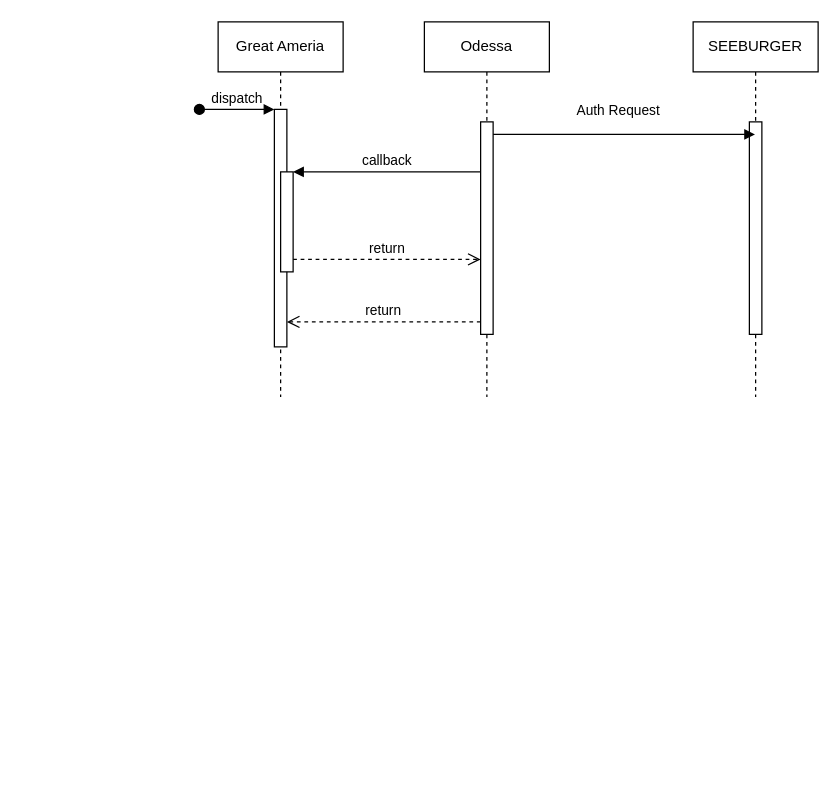
renjithmp/BankSystem keeps this draw.io diagram as src/Untitled Diagram.drawio. Above is the earlier version. Source tidied: cells renumbered, new cells numbered last; positions are measured from the earlier drawing's top-left corner, leaving out a move shared by most shapes. Both pictures are drawn from the tidied source at 125%, with x=0, y=0 at pixel (199, 21).
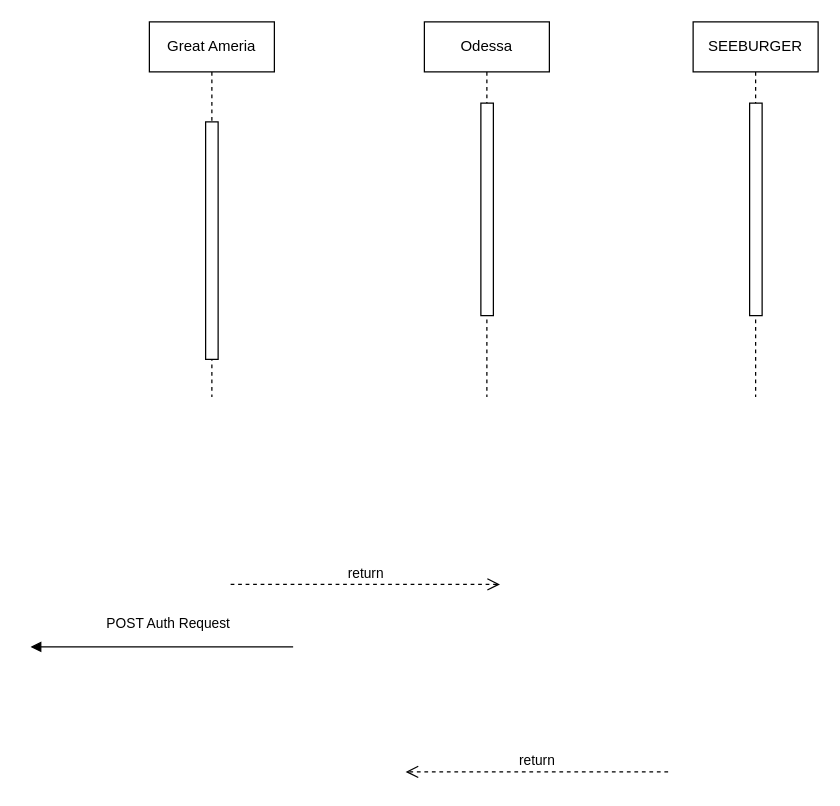
The same page after the edit.

Commit message:
Updte INM calls

The change refers to these unchanged cells:
```xml
<mxCell id="6" value="Odessa" style="shape=umlLifeline;perimeter=lifelinePerimeter;whiteSpace=wrap;html=1;newEdgeStyle={&quot;edgeStyle&quot;:&quot;elbowEdgeStyle&quot;,&quot;elbow&quot;:&quot;vertical&quot;,&quot;curved&quot;:0,&quot;rounded&quot;:0};" parent="1" vertex="1">
  <mxGeometry x="180" width="100" height="300" as="geometry" />
</mxCell>
<mxCell id="11" value="SEEBURGER" style="shape=umlLifeline;perimeter=lifelinePerimeter;whiteSpace=wrap;html=1;outlineConnect=0;portConstraint=eastwest;newEdgeStyle={&quot;edgeStyle&quot;:&quot;elbowEdgeStyle&quot;,&quot;elbow&quot;:&quot;vertical&quot;,&quot;curved&quot;:0,&quot;rounded&quot;:0};" parent="1" vertex="1">
  <mxGeometry x="395" width="100" height="300" as="geometry" />
</mxCell>
```

Change to the diagram source:
```diff
@@
     <mxCell id="2" value="Great Ameria" style="shape=umlLifeline;perimeter=lifelinePerimeter;whiteSpace=wrap;html=1;newEdgeStyle={&quot;edgeStyle&quot;:&quot;elbowEdgeStyle&quot;,&quot;elbow&quot;:&quot;vertical&quot;,&quot;curved&quot;:0,&quot;rounded&quot;:0};" parent="1" vertex="1">
-      <mxGeometry x="15" width="100" height="300" as="geometry" />
+      <mxGeometry x="-40" width="100" height="300" as="geometry" />
     </mxCell>
-    <mxCell id="3" style="html=1;points=[];perimeter=orthogonalPerimeter;outlineConnect=0;targetShapes=umlLifeline;portConstraint=eastwest;newEdgeStyle={&quot;edgeStyle&quot;:&quot;elbowEdgeStyle&quot;,&quot;elbow&quot;:&quot;vertical&quot;,&quot;curved&quot;:0,&quot;rounded&quot;:0};" parent="2" vertex="1">
-      <mxGeometry x="45" y="70" width="10" height="190" as="geometry" />
-    </mxCell>
-    <mxCell id="4" value="dispatch" style="html=1;verticalAlign=bottom;startArrow=oval;endArrow=block;startSize=8;edgeStyle=elbowEdgeStyle;elbow=vertical;curved=0;rounded=0;" parent="2" edge="1" target="3">
-      <mxGeometry relative="1" as="geometry">
-        <mxPoint x="-15" y="70" as="sourcePoint" />
-      </mxGeometry>
-    </mxCell>
-    <mxCell id="5" style="html=1;points=[];perimeter=orthogonalPerimeter;outlineConnect=0;targetShapes=umlLifeline;portConstraint=eastwest;newEdgeStyle={&quot;edgeStyle&quot;:&quot;elbowEdgeStyle&quot;,&quot;elbow&quot;:&quot;vertical&quot;,&quot;curved&quot;:0,&quot;rounded&quot;:0};" parent="2" vertex="1">
-      <mxGeometry x="50" y="120" width="10" height="80" as="geometry" />
-    </mxCell>
@@
     <mxCell id="7" style="html=1;points=[];perimeter=orthogonalPerimeter;outlineConnect=0;targetShapes=umlLifeline;portConstraint=eastwest;newEdgeStyle={&quot;edgeStyle&quot;:&quot;elbowEdgeStyle&quot;,&quot;elbow&quot;:&quot;vertical&quot;,&quot;curved&quot;:0,&quot;rounded&quot;:0};" parent="6" vertex="1">
-      <mxGeometry x="45" y="80" width="10" height="170" as="geometry" />
+      <mxGeometry x="45.2" y="65" width="10" height="170" as="geometry" />
     </mxCell>
-    <mxCell id="8" value="return" style="html=1;verticalAlign=bottom;endArrow=open;dashed=1;endSize=8;edgeStyle=elbowEdgeStyle;elbow=vertical;curved=0;rounded=0;" parent="1" edge="1" source="7" target="3">
-      <mxGeometry relative="1" as="geometry">
-        <Array as="points">
-          <mxPoint x="150" y="240" />
-        </Array>
-      </mxGeometry>
-    </mxCell>
-    <mxCell id="9" value="callback" style="html=1;verticalAlign=bottom;endArrow=block;edgeStyle=elbowEdgeStyle;elbow=vertical;curved=0;rounded=0;" parent="1" edge="1" source="7" target="5">
-      <mxGeometry relative="1" as="geometry">
-        <Array as="points">
-          <mxPoint x="150" y="120" />
-        </Array>
-      </mxGeometry>
-    </mxCell>
-    <mxCell id="10" value="return" style="html=1;verticalAlign=bottom;endArrow=open;dashed=1;endSize=8;edgeStyle=elbowEdgeStyle;elbow=vertical;curved=0;rounded=0;" parent="1" edge="1" source="5" target="7">
-      <mxGeometry relative="1" as="geometry">
-        <Array as="points">
-          <mxPoint x="140" y="190" />
-        </Array>
-      </mxGeometry>
-    </mxCell>
+    <mxCell id="3" style="html=1;points=[];perimeter=orthogonalPerimeter;outlineConnect=0;targetShapes=umlLifeline;portConstraint=eastwest;newEdgeStyle={&quot;edgeStyle&quot;:&quot;elbowEdgeStyle&quot;,&quot;elbow&quot;:&quot;vertical&quot;,&quot;curved&quot;:0,&quot;rounded&quot;:0};" parent="6" vertex="1">
+      <mxGeometry x="-175" y="80" width="10" height="190" as="geometry" />
+    </mxCell>
@@
     <mxCell id="12" style="html=1;perimeter=orthogonalPerimeter;targetShapes=umlLifeline;newEdgeStyle={&quot;edgeStyle&quot;:&quot;elbowEdgeStyle&quot;,&quot;elbow&quot;:&quot;vertical&quot;,&quot;curved&quot;:0,&quot;rounded&quot;:0};" parent="11" vertex="1">
-      <mxGeometry x="45" y="80" width="10" height="170" as="geometry" />
+      <mxGeometry x="45.2" y="65" width="10" height="170" as="geometry" />
     </mxCell>
-    <mxCell id="13" value="Auth Request" style="html=1;verticalAlign=bottom;endArrow=block;edgeStyle=elbowEdgeStyle;elbow=vertical;curved=0;rounded=0;" parent="1" edge="1" target="11">
-      <mxGeometry x="-0.05" y="10" relative="1" as="geometry">
-        <mxPoint x="235" y="90" as="sourcePoint" />
-        <Array as="points">
-          <mxPoint x="305" y="90" />
-        </Array>
-      </mxGeometry>
-    </mxCell>
+    <mxCell id="14" value="POST Auth Request" style="html=1;verticalAlign=bottom;endArrow=block;edgeStyle=elbowEdgeStyle;elbow=vertical;curved=0;rounded=0;" parent="1" edge="1">
+      <mxGeometry x="-0.05" y="-10" relative="1" as="geometry">
+        <mxPoint x="75" y="500" as="sourcePoint" />
+        <mxPoint x="-135" y="500" as="targetPoint" />
+        <Array as="points">
+          <mxPoint x="-65" y="500" />
+        </Array>
+      </mxGeometry>
+    </mxCell>
+    <mxCell id="10" value="return" style="html=1;verticalAlign=bottom;endArrow=open;dashed=1;endSize=8;edgeStyle=elbowEdgeStyle;elbow=vertical;curved=0;rounded=0;" parent="1" edge="1">
+      <mxGeometry relative="1" as="geometry">
+        <mxPoint x="25" y="450" as="sourcePoint" />
+        <mxPoint x="240.5" y="450" as="targetPoint" />
+        <Array as="points">
+          <mxPoint x="140.5" y="450" />
+          <mxPoint x="155.5" y="530" />
+        </Array>
+      </mxGeometry>
+    </mxCell>
+    <mxCell id="8" value="return" style="html=1;verticalAlign=bottom;endArrow=open;dashed=1;endSize=8;edgeStyle=elbowEdgeStyle;elbow=vertical;curved=0;rounded=0;" parent="1" edge="1">
+      <mxGeometry relative="1" as="geometry">
+        <mxPoint x="375" y="600" as="sourcePoint" />
+        <mxPoint x="165" y="600" as="targetPoint" />
+        <Array as="points">
+          <mxPoint x="300" y="600" />
+        </Array>
+      </mxGeometry>
+    </mxCell>
```
